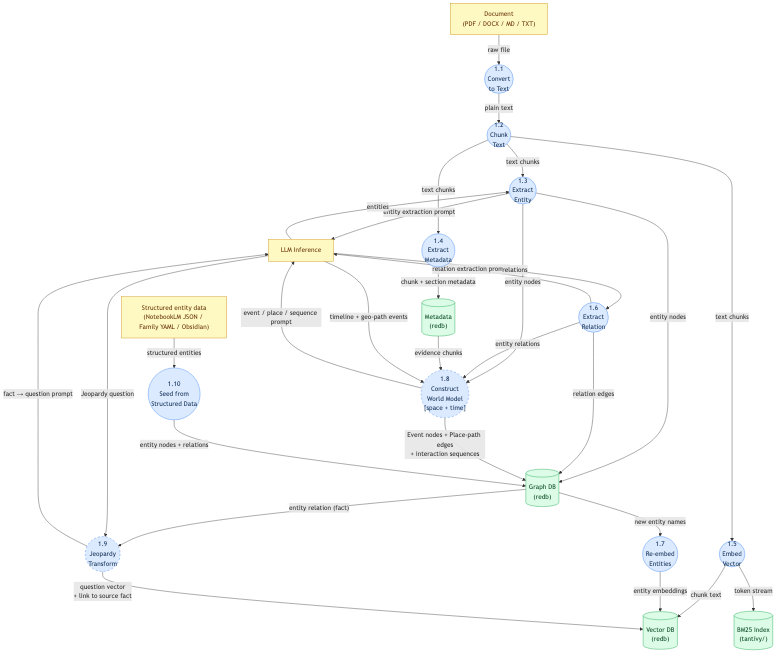
Kwaai-AI-Lab/KwaaiNet keeps this Mermaid diagram as projects/kwaai-knowledge/design/architecture/dfd-1-ingest.png. Above is the earlier version. Its source is kept beside it as projects/kwaai-knowledge/design/architecture/dfd-1-ingest.mmd.
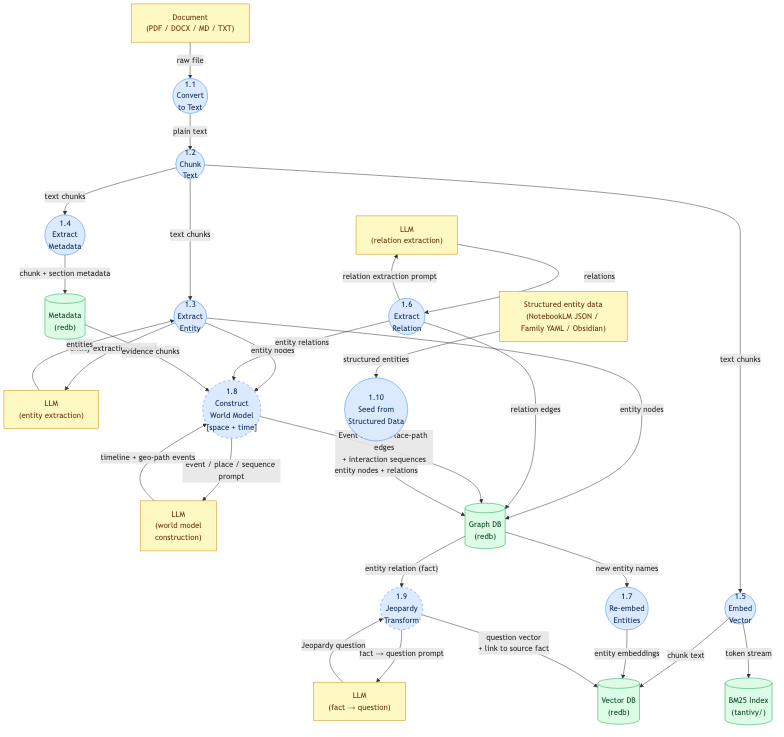
The same diagram one commit later.

The edit, as a diff of the source:
```diff
@@ -6,7 +6,11 @@
 
     DOC["Document\n(PDF / DOCX / MD / TXT)"]:::external
     SEED["Structured entity data\n(NotebookLM JSON / Family YAML / Obsidian)"]:::external
-    LLM["LLM Inference"]:::external
+
+    LLM13["LLM\n(entity extraction)"]:::external
+    LLM16["LLM\n(relation extraction)"]:::external
+    LLM18["LLM\n(world model\nconstruction)"]:::external
+    LLM19["LLM\n(fact → question)"]:::external
 
     VDB[("Vector DB\n(redb)")]:::store
     MDB[("Metadata\n(redb)")]:::store
@@ -31,8 +35,8 @@
     P12 -->|"text chunks"| P14
     P12 -->|"text chunks"| P15
 
-    P13 -->|"entity extraction prompt"| LLM
-    LLM -->|"entities"| P13
+    P13 -->|"entity extraction prompt"| LLM13
+    LLM13 -->|"entities"| P13
     P13 -->|"entity nodes"| GDB
     P13 -->|"entity nodes"| P18
 
@@ -41,8 +45,8 @@
     P15 -->|"chunk text"| VDB
     P15 -->|"token stream"| BM25
 
-    P16 -->|"relation extraction prompt"| LLM
-    LLM -->|"relations"| P16
+    P16 -->|"relation extraction prompt"| LLM16
+    LLM16 -->|"relations"| P16
     P16 -->|"relation edges"| GDB
     P16 -->|"entity relations"| P18
 
@@ -50,13 +54,13 @@
     P17 -->|"entity embeddings"| VDB
 
     MDB -->|"evidence chunks"| P18
-    P18 -->|"event / place / sequence prompt"| LLM
-    LLM -->|"timeline + geo-path events"| P18
+    P18 -->|"event / place / sequence prompt"| LLM18
+    LLM18 -->|"timeline + geo-path events"| P18
     P18 -->|"Event nodes + Place-path edges\n+ interaction sequences"| GDB
 
     GDB -->|"entity relation (fact)"| P19
-    P19 -->|"fact → question prompt"| LLM
-    LLM -->|"Jeopardy question"| P19
+    P19 -->|"fact → question prompt"| LLM19
+    LLM19 -->|"Jeopardy question"| P19
     P19 -->|"question vector\n+ link to source fact"| VDB
 
     SEED -->|"structured entities"| P110
```
